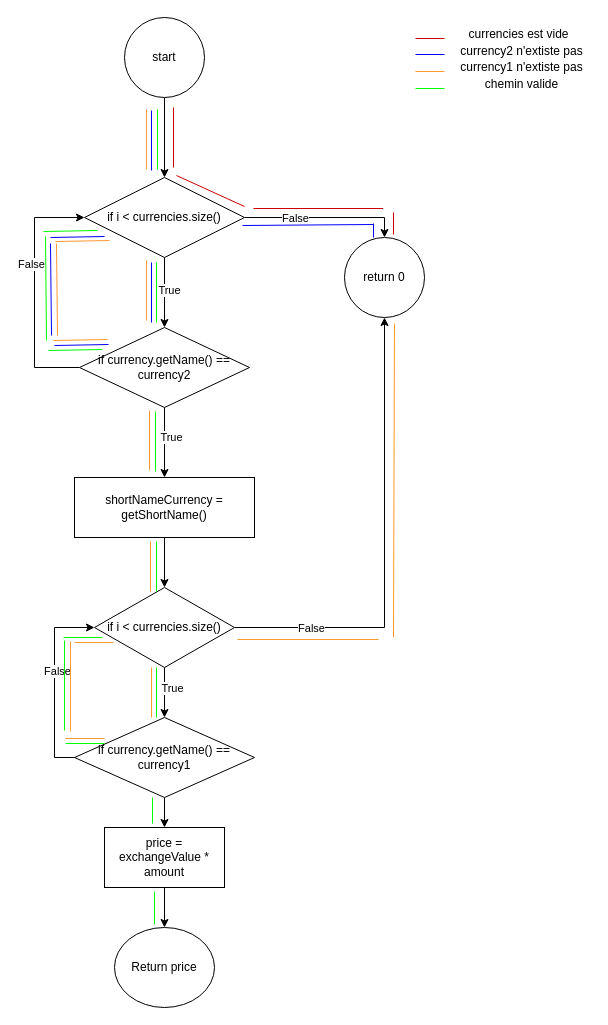
The draw.io diagram MainWindowConvert.drawio in 3nabla3/TP4_3913, before the edit. Source tidied: cells renumbered, new cells numbered last; positions are measured from the earlier drawing's top-left corner, leaving out a move shared by most shapes. Both pictures are drawn from the tidied source at 100%, with x=0, y=0 at pixel (34, 17).
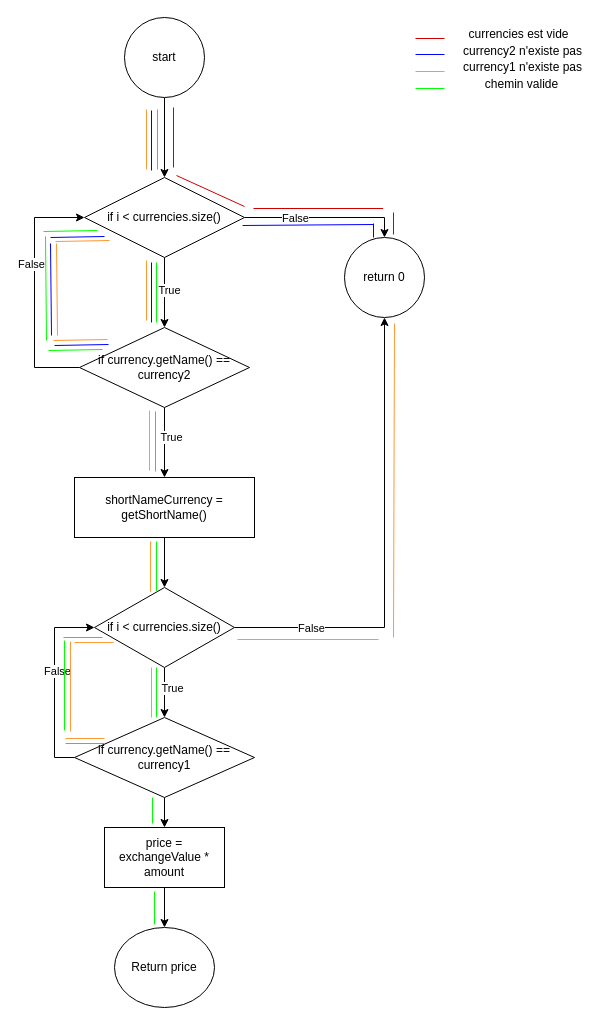
After the change.

Commit message (it also covers changes not shown here):
added more white box tests

The edit, as a diff of the source:
```diff
@@
-    <mxCell id="71" value="currency2 n'extiste pas" style="text;html=1;align=center;verticalAlign=middle;strokeColor=none;fillColor=none;" parent="1" vertex="1">
-      <mxGeometry x="417" y="21" width="140" height="26" as="geometry" />
+    <mxCell id="71" value="currency2 n'existe pas" style="text;html=1;align=center;verticalAlign=middle;strokeColor=none;fillColor=none;" parent="1" vertex="1">
+      <mxGeometry x="419" y="21" width="137" height="26" as="geometry" />
     </mxCell>
-    <mxCell id="72" value="currency1 n'extiste pas" style="text;html=1;align=center;verticalAlign=middle;strokeColor=none;fillColor=none;" parent="1" vertex="1">
-      <mxGeometry x="417" y="37" width="140" height="26" as="geometry" />
+    <mxCell id="72" value="currency1 n'existe pas" style="text;html=1;align=center;verticalAlign=middle;strokeColor=none;fillColor=none;" parent="1" vertex="1">
+      <mxGeometry x="419" y="37" width="137" height="26" as="geometry" />
     </mxCell>
```
